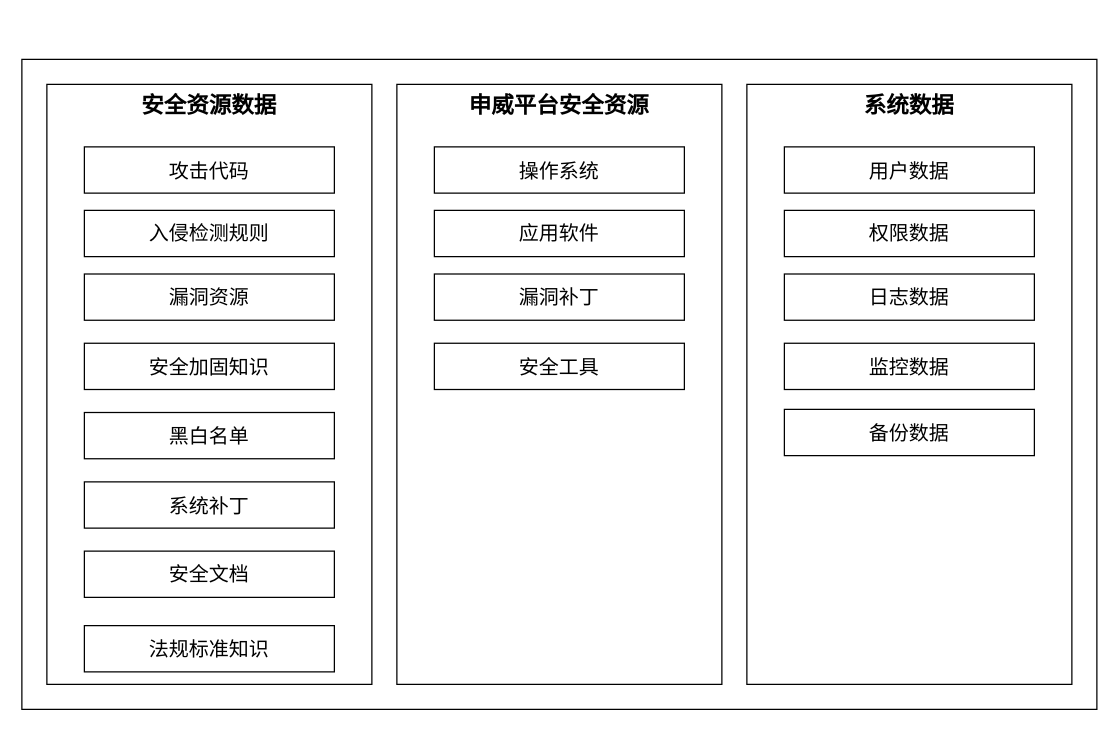
The draw.io diagram 安全资源仓库/Untitled Diagram.drawio in J0o1h/draw.io, before the edit. Source tidied: cells renumbered, new cells numbered last; positions are measured from the earlier drawing's top-left corner, leaving out a move shared by most shapes. Both pictures are drawn from the tidied source at 125%, with x=0, y=0 at pixel (21, 59).
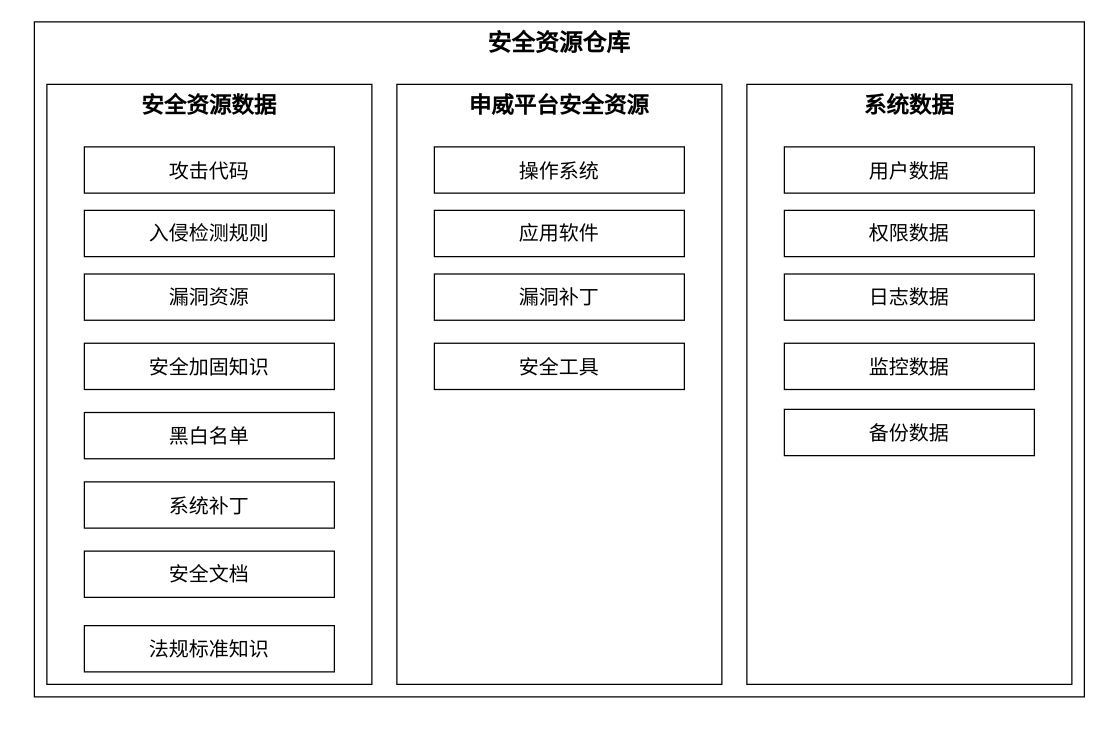
The same page after the edit.

Diff of the diagram source:
```diff
@@
-    <mxCell id="2" style="whiteSpace=wrap;html=1;" parent="1" vertex="1">
-      <mxGeometry width="860" height="520" as="geometry" />
+    <mxCell id="2" value="&lt;font style=&quot;font-size: 19px;&quot;&gt;&lt;b&gt;安全资源仓库&lt;/b&gt;&lt;/font&gt;" style="whiteSpace=wrap;html=1;verticalAlign=top;" parent="1" vertex="1">
+      <mxGeometry x="10" y="-30" width="840" height="540" as="geometry" />
     </mxCell>
```
